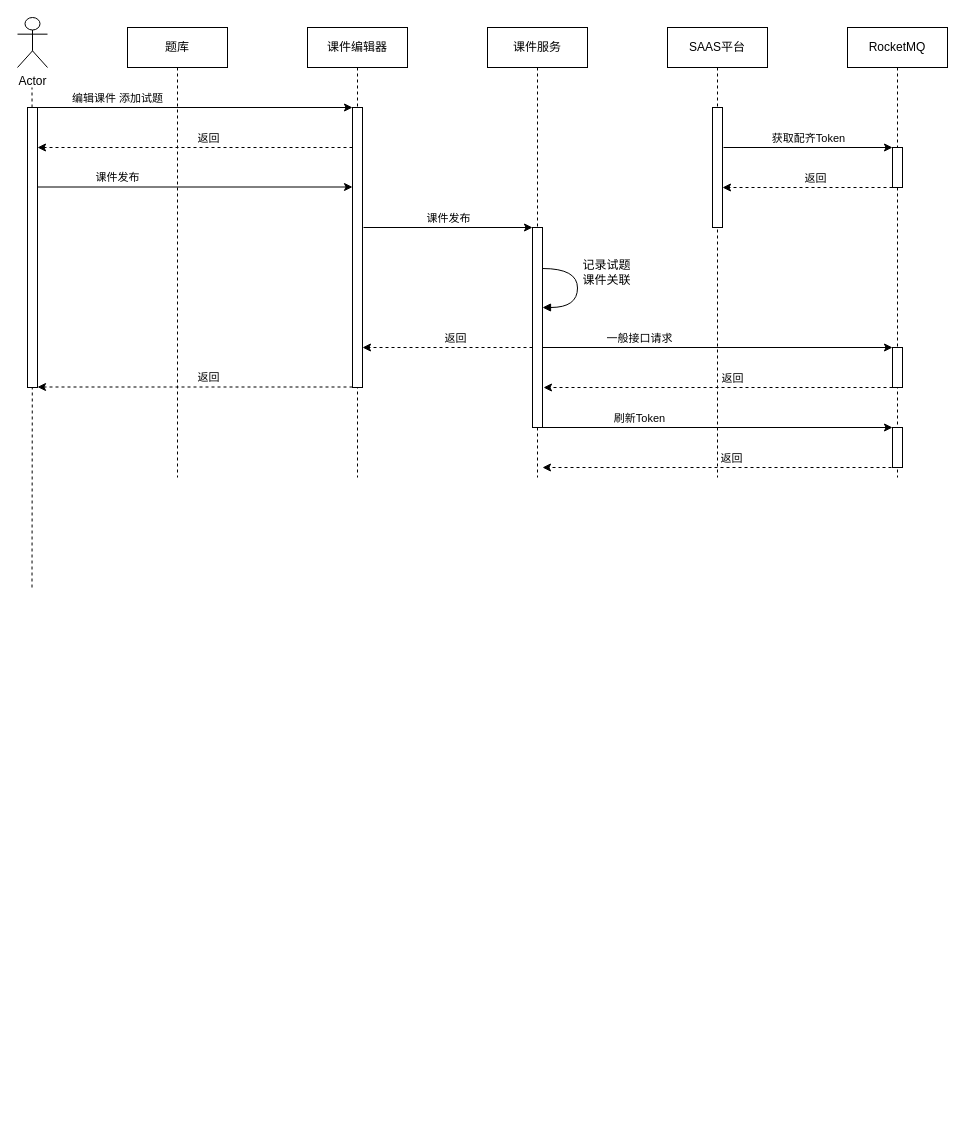
This is 课件3试题变更通知.drawio from huanjiesm/courseware-draw, a draw.io file, before an edit. Source tidied: cells renumbered, new cells numbered last; positions are measured from the earlier drawing's top-left corner, leaving out a move shared by most shapes. Both pictures are drawn from the tidied source at 100%, with x=0, y=0 at pixel (17, 17).
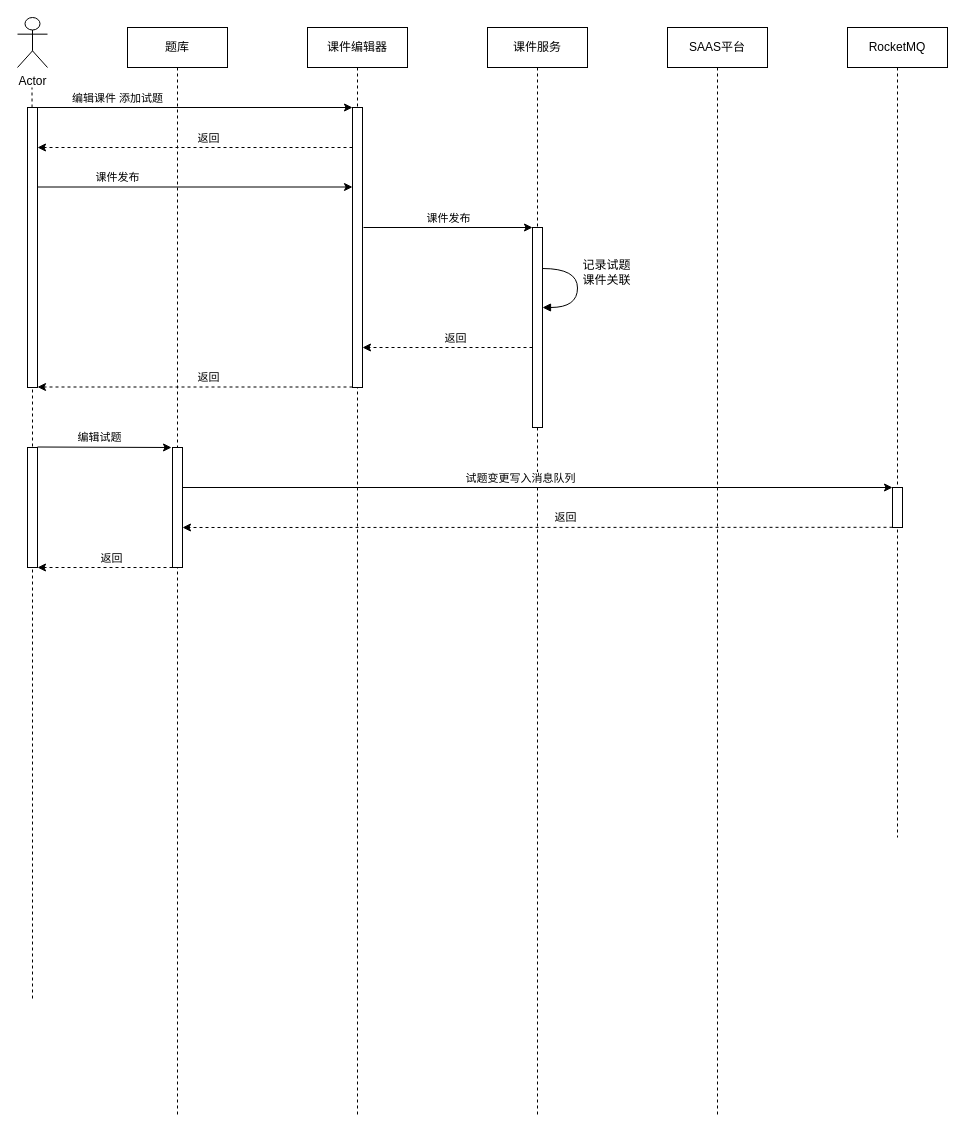
After the change.

Commit message (it also covers changes not shown here):
更新课件3试题变更通知.drawio

The change refers to these unchanged cells:
```xml
<mxCell id="32" style="rounded=0;whiteSpace=wrap;html=1;" parent="1" vertex="1">
  <mxGeometry x="10" y="90" width="10" height="280" as="geometry" />
</mxCell>
```

The edit, as a diff of the source:
```diff
@@
     <mxCell id="2" value="课件编辑器" style="shape=umlLifeline;perimeter=lifelinePerimeter;whiteSpace=wrap;html=1;newEdgeStyle={&quot;curved&quot;:0,&quot;rounded&quot;:0};" parent="1" vertex="1">
-      <mxGeometry x="290" y="10" width="100" height="450" as="geometry" />
+      <mxGeometry x="290" y="10" width="100" height="1090" as="geometry" />
     </mxCell>
     <mxCell id="3" value="课件服务" style="shape=umlLifeline;perimeter=lifelinePerimeter;whiteSpace=wrap;html=1;newEdgeStyle={&quot;curved&quot;:0,&quot;rounded&quot;:0};" parent="1" vertex="1">
-      <mxGeometry x="470" y="10" width="100" height="450" as="geometry" />
+      <mxGeometry x="470" y="10" width="100" height="1090" as="geometry" />
     </mxCell>
     <mxCell id="4" value="SAAS平台" style="shape=umlLifeline;perimeter=lifelinePerimeter;whiteSpace=wrap;html=1;newEdgeStyle={&quot;curved&quot;:0,&quot;rounded&quot;:0};" parent="1" vertex="1">
-      <mxGeometry x="650" y="10" width="100" height="450" as="geometry" />
+      <mxGeometry x="650" y="10" width="100" height="1090" as="geometry" />
     </mxCell>
     <mxCell id="5" value="RocketMQ" style="shape=umlLifeline;perimeter=lifelinePerimeter;whiteSpace=wrap;html=1;newEdgeStyle={&quot;curved&quot;:0,&quot;rounded&quot;:0};" parent="1" vertex="1">
-      <mxGeometry x="830" y="10" width="100" height="450" as="geometry" />
+      <mxGeometry x="830" y="10" width="100" height="810" as="geometry" />
     </mxCell>
@@
-    <mxCell id="8" style="rounded=0;whiteSpace=wrap;html=1;" parent="1" vertex="1">
-      <mxGeometry x="695" y="90" width="10" height="120" as="geometry" />
-    </mxCell>
-    <mxCell id="9" style="endArrow=classic;html=1;rounded=0;" parent="1" edge="1">
-      <mxGeometry relative="1" as="geometry">
-        <mxPoint x="706" y="130" as="sourcePoint" />
-        <mxPoint x="875" y="130" as="targetPoint" />
-      </mxGeometry>
-    </mxCell>
-    <mxCell id="10" value="获取配齐Token" style="edgeLabel;html=1;align=center;verticalAlign=middle;" parent="9" vertex="1">
-      <mxGeometry x="0.34" y="2" relative="1" as="geometry">
-        <mxPoint x="-29" y="-8" as="offset" />
-      </mxGeometry>
-    </mxCell>
-    <mxCell id="11" style="rounded=0;whiteSpace=wrap;html=1;" parent="1" vertex="1">
-      <mxGeometry x="875" y="130" width="10" height="40" as="geometry" />
-    </mxCell>
-    <mxCell id="12" style="endArrow=classic;html=1;rounded=0;dashed=1;" parent="1" edge="1">
-      <mxGeometry relative="1" as="geometry">
-        <mxPoint x="875" y="170" as="sourcePoint" />
-        <mxPoint x="705" y="170" as="targetPoint" />
-      </mxGeometry>
-    </mxCell>
-    <mxCell id="13" value="返回" style="edgeLabel;html=1;align=center;verticalAlign=middle;" parent="12" vertex="1">
-      <mxGeometry x="-0.08" y="-1" relative="1" as="geometry">
-        <mxPoint y="-9" as="offset" />
-      </mxGeometry>
-    </mxCell>
@@
-    <mxCell id="18" style="endArrow=classic;html=1;rounded=0;" parent="1" edge="1">
-      <mxGeometry relative="1" as="geometry">
-        <mxPoint x="525" y="330" as="sourcePoint" />
-        <mxPoint x="875" y="330" as="targetPoint" />
-      </mxGeometry>
-    </mxCell>
-    <mxCell id="19" value="一般接口请求" style="edgeLabel;html=1;align=center;verticalAlign=middle;" parent="18" vertex="1">
-      <mxGeometry x="0.34" y="2" relative="1" as="geometry">
-        <mxPoint x="-139" y="-8" as="offset" />
-      </mxGeometry>
-    </mxCell>
-    <mxCell id="20" style="rounded=0;whiteSpace=wrap;html=1;" parent="1" vertex="1">
-      <mxGeometry x="875" y="330" width="10" height="40" as="geometry" />
-    </mxCell>
-    <mxCell id="21" style="endArrow=classic;html=1;rounded=0;dashed=1;" parent="1" edge="1">
-      <mxGeometry relative="1" as="geometry">
-        <mxPoint x="875" y="370" as="sourcePoint" />
-        <mxPoint x="526" y="370" as="targetPoint" />
-      </mxGeometry>
-    </mxCell>
-    <mxCell id="22" value="返回" style="edgeLabel;html=1;align=center;verticalAlign=middle;" parent="21" vertex="1">
-      <mxGeometry x="-0.08" y="-1" relative="1" as="geometry">
-        <mxPoint y="-9" as="offset" />
-      </mxGeometry>
-    </mxCell>
     <mxCell id="23" style="endArrow=classic;html=1;rounded=0;" parent="1" edge="1">
       <mxGeometry relative="1" as="geometry">
-        <mxPoint x="525" y="410" as="sourcePoint" />
-        <mxPoint x="875" y="410" as="targetPoint" />
+        <mxPoint x="165" y="470" as="sourcePoint" />
+        <mxPoint x="875" y="470" as="targetPoint" />
       </mxGeometry>
     </mxCell>
-    <mxCell id="24" value="刷新Token" style="edgeLabel;html=1;align=center;verticalAlign=middle;" parent="23" vertex="1">
+    <mxCell id="24" value="试题变更写入消息队列" style="edgeLabel;html=1;align=center;verticalAlign=middle;" parent="23" vertex="1">
       <mxGeometry x="0.34" y="2" relative="1" as="geometry">
         <mxPoint x="-139" y="-8" as="offset" />
       </mxGeometry>
     </mxCell>
     <mxCell id="25" style="endArrow=classic;html=1;rounded=0;dashed=1;" parent="1" edge="1">
       <mxGeometry relative="1" as="geometry">
-        <mxPoint x="874" y="450" as="sourcePoint" />
-        <mxPoint x="525" y="450" as="targetPoint" />
+        <mxPoint x="875" y="509.8" as="sourcePoint" />
+        <mxPoint x="165" y="510" as="targetPoint" />
       </mxGeometry>
     </mxCell>
@@
     <mxCell id="27" style="rounded=0;whiteSpace=wrap;html=1;" parent="1" vertex="1">
-      <mxGeometry x="875" y="410" width="10" height="40" as="geometry" />
+      <mxGeometry x="875" y="470" width="10" height="40" as="geometry" />
     </mxCell>
     <mxCell id="28" value="题库" style="shape=umlLifeline;perimeter=lifelinePerimeter;whiteSpace=wrap;html=1;newEdgeStyle={&quot;curved&quot;:0,&quot;rounded&quot;:0};" parent="1" vertex="1">
-      <mxGeometry x="110" y="10" width="100" height="450" as="geometry" />
+      <mxGeometry x="110" y="10" width="100" height="1090" as="geometry" />
     </mxCell>
@@
     <mxCell id="31" style="endArrow=none;dashed=1;html=1;rounded=0;" parent="1" edge="1" target="32">
       <mxGeometry relative="1" as="geometry">
-        <mxPoint x="14.5" y="570" as="sourcePoint" />
+        <mxPoint x="15" y="981" as="sourcePoint" />
       </mxGeometry>
     </mxCell>
@@
+    <mxCell id="42" style="rounded=0;whiteSpace=wrap;html=1;" parent="1" vertex="1">
+      <mxGeometry x="10" y="430" width="10" height="120" as="geometry" />
+    </mxCell>
+    <mxCell id="43" style="rounded=0;whiteSpace=wrap;html=1;" parent="1" vertex="1">
+      <mxGeometry x="155" y="430" width="10" height="120" as="geometry" />
+    </mxCell>
+    <mxCell id="44" style="endArrow=classic;html=1;rounded=0;" parent="1" edge="1">
+      <mxGeometry relative="1" as="geometry">
+        <mxPoint x="20" y="429.5" as="sourcePoint" />
+        <mxPoint x="154" y="430" as="targetPoint" />
+      </mxGeometry>
+    </mxCell>
+    <mxCell id="45" value="编辑试题" style="edgeLabel;html=1;align=center;verticalAlign=middle;" parent="44" vertex="1">
+      <mxGeometry x="0.34" y="2" relative="1" as="geometry">
+        <mxPoint x="-29" y="-8" as="offset" />
+      </mxGeometry>
+    </mxCell>
+    <mxCell id="46" style="endArrow=classic;html=1;rounded=0;dashed=1;" parent="1" edge="1">
+      <mxGeometry relative="1" as="geometry">
+        <mxPoint x="155" y="550" as="sourcePoint" />
+        <mxPoint x="20" y="550" as="targetPoint" />
+      </mxGeometry>
+    </mxCell>
+    <mxCell id="47" value="返回" style="edgeLabel;html=1;align=center;verticalAlign=middle;" parent="46" vertex="1">
+      <mxGeometry x="-0.08" y="-1" relative="1" as="geometry">
+        <mxPoint y="-9" as="offset" />
+      </mxGeometry>
+    </mxCell>
```
